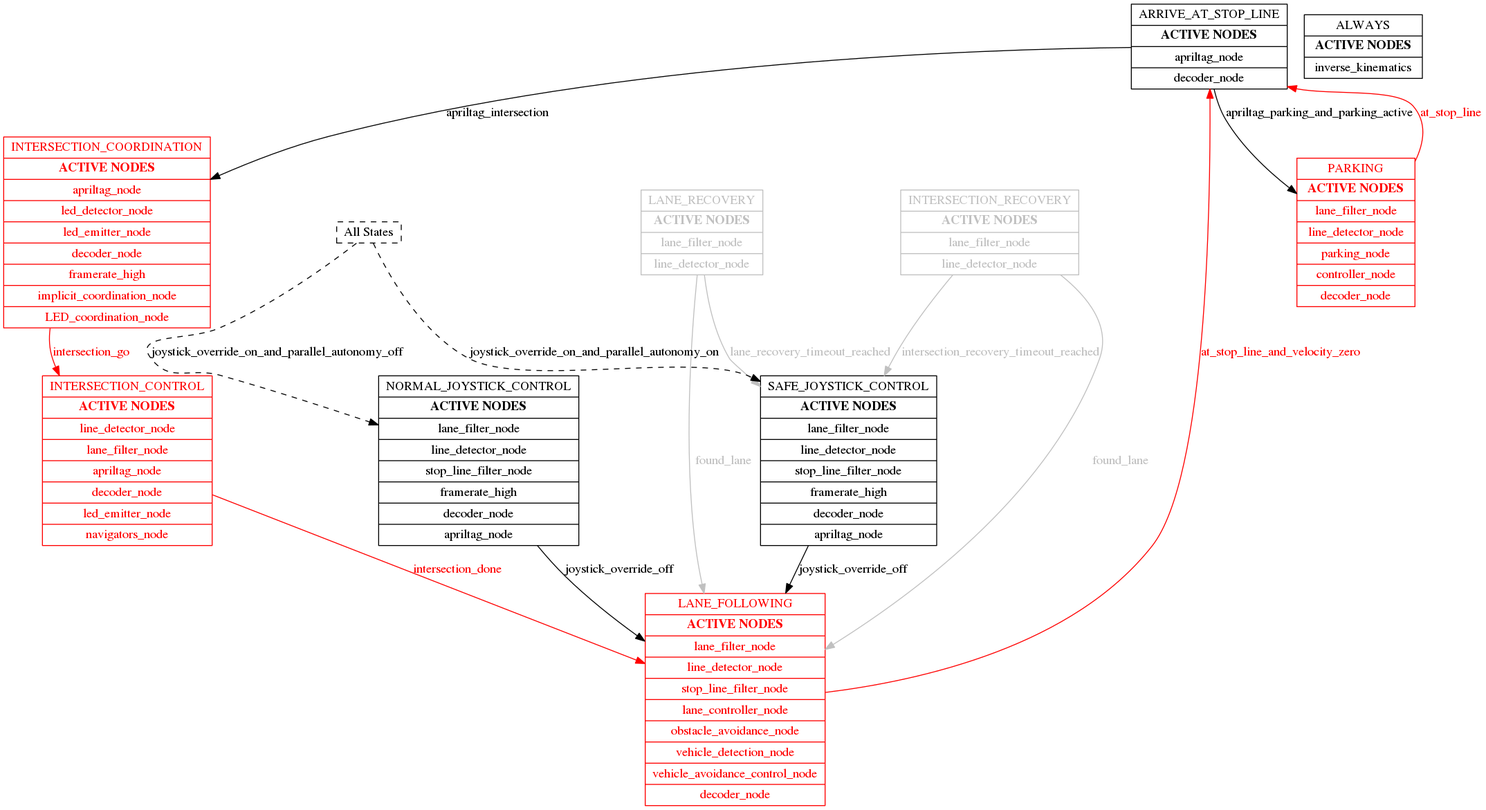
Earlier version of the Graphviz export catkin_ws/src/00-infrastructure/ros_diagram/fsm_default_detailed.png (spadma3/duck). Its source is kept beside it as catkin_ws/src/00-infrastructure/ros_diagram/fsm_default_detailed.dot.
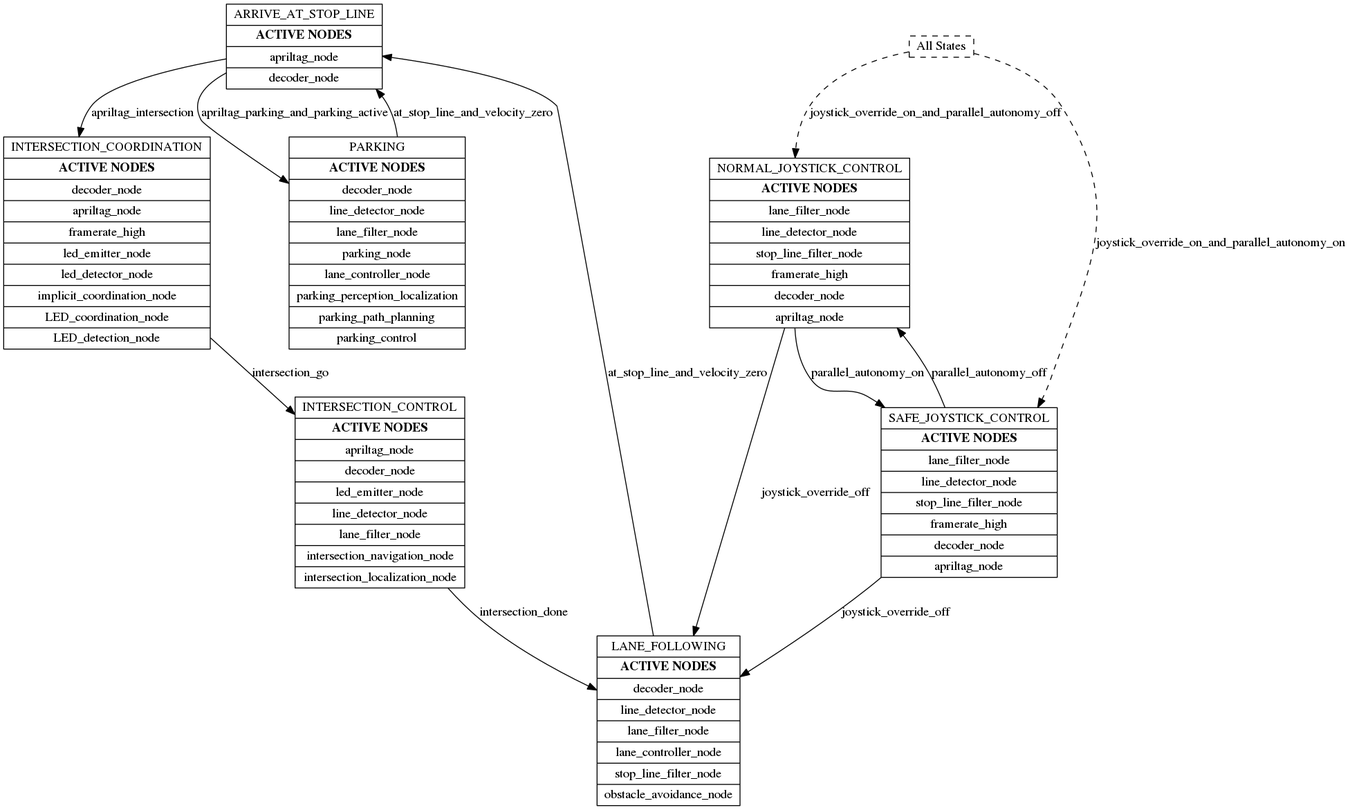
After the change.

Commit message:
Updated fsm diagrams

Diff of the diagram source:
```diff
@@ -1,27 +1,22 @@
 digraph {
 	node [height=.1 shape=record]
 	ARRIVE_AT_STOP_LINE [label=<{ ARRIVE_AT_STOP_LINE | <B> ACTIVE NODES </B> | apriltag_node | decoder_node }> color=black fontcolor=black]
-	INTERSECTION_CONTROL [label=<{ INTERSECTION_CONTROL | <B> ACTIVE NODES </B> | line_detector_node | lane_filter_node | apriltag_node | decoder_node | led_emitter_node | navigators_node }> color=red fontcolor=red]
-	INTERSECTION_COORDINATION [label=<{ INTERSECTION_COORDINATION | <B> ACTIVE NODES </B> | apriltag_node | led_detector_node | led_emitter_node | decoder_node | framerate_high | implicit_coordination_node | LED_coordination_node }> color=red fontcolor=red]
-	ALWAYS [label=<{ ALWAYS | <B> ACTIVE NODES </B> | inverse_kinematics }>]
+	INTERSECTION_CONTROL [label=<{ INTERSECTION_CONTROL | <B> ACTIVE NODES </B> | apriltag_node | decoder_node | led_emitter_node | line_detector_node | lane_filter_node | intersection_navigation_node | intersection_localization_node }> color=black fontcolor=black]
+	INTERSECTION_COORDINATION [label=<{ INTERSECTION_COORDINATION | <B> ACTIVE NODES </B> | decoder_node | apriltag_node | framerate_high | led_emitter_node | led_detector_node | implicit_coordination_node | LED_coordination_node | LED_detection_node }> color=black fontcolor=black]
 	NORMAL_JOYSTICK_CONTROL [label=<{ NORMAL_JOYSTICK_CONTROL | <B> ACTIVE NODES </B> | lane_filter_node | line_detector_node | stop_line_filter_node | framerate_high | decoder_node | apriltag_node }> color=black fontcolor=black]
+	PARKING [label=<{ PARKING | <B> ACTIVE NODES </B> | decoder_node | line_detector_node | lane_filter_node | parking_node | lane_controller_node | parking_perception_localization | parking_path_planning | parking_control }> color=black fontcolor=black]
+	LANE_FOLLOWING [label=<{ LANE_FOLLOWING | <B> ACTIVE NODES </B> | decoder_node | line_detector_node | lane_filter_node | lane_controller_node | stop_line_filter_node | obstacle_avoidance_node }> color=black fontcolor=black]
 	SAFE_JOYSTICK_CONTROL [label=<{ SAFE_JOYSTICK_CONTROL | <B> ACTIVE NODES </B> | lane_filter_node | line_detector_node | stop_line_filter_node | framerate_high | decoder_node | apriltag_node }> color=black fontcolor=black]
-	LANE_RECOVERY [label=<{ LANE_RECOVERY | <B> ACTIVE NODES </B> | lane_filter_node | line_detector_node }> color=gray fontcolor=gray]
-	INTERSECTION_RECOVERY [label=<{ INTERSECTION_RECOVERY | <B> ACTIVE NODES </B> | lane_filter_node | line_detector_node }> color=gray fontcolor=gray]
-	PARKING [label=<{ PARKING | <B> ACTIVE NODES </B> | lane_filter_node | line_detector_node | parking_node | controller_node | decoder_node }> color=red fontcolor=red]
-	LANE_FOLLOWING [label=<{ LANE_FOLLOWING | <B> ACTIVE NODES </B> | lane_filter_node | line_detector_node | stop_line_filter_node | lane_controller_node | obstacle_avoidance_node | vehicle_detection_node | vehicle_avoidance_control_node | decoder_node }> color=red fontcolor=red]
 	ARRIVE_AT_STOP_LINE -> PARKING [label=apriltag_parking_and_parking_active color=black fontcolor=black]
 	ARRIVE_AT_STOP_LINE -> INTERSECTION_COORDINATION [label=apriltag_intersection color=black fontcolor=black]
-	INTERSECTION_CONTROL -> LANE_FOLLOWING [label=intersection_done color=red fontcolor=red]
-	INTERSECTION_COORDINATION -> INTERSECTION_CONTROL [label=intersection_go color=red fontcolor=red]
+	INTERSECTION_CONTROL -> LANE_FOLLOWING [label=intersection_done color=black fontcolor=black]
+	INTERSECTION_COORDINATION -> INTERSECTION_CONTROL [label=intersection_go color=black fontcolor=black]
 	NORMAL_JOYSTICK_CONTROL -> LANE_FOLLOWING [label=joystick_override_off color=black fontcolor=black]
+	NORMAL_JOYSTICK_CONTROL -> SAFE_JOYSTICK_CONTROL [label=parallel_autonomy_on color=black fontcolor=black]
+	PARKING -> ARRIVE_AT_STOP_LINE [label=at_stop_line_and_velocity_zero color=black fontcolor=black]
+	LANE_FOLLOWING -> ARRIVE_AT_STOP_LINE [label=at_stop_line_and_velocity_zero color=black fontcolor=black]
+	SAFE_JOYSTICK_CONTROL -> NORMAL_JOYSTICK_CONTROL [label=parallel_autonomy_off color=black fontcolor=black]
 	SAFE_JOYSTICK_CONTROL -> LANE_FOLLOWING [label=joystick_override_off color=black fontcolor=black]
-	LANE_RECOVERY -> SAFE_JOYSTICK_CONTROL [label=lane_recovery_timeout_reached color=gray fontcolor=gray]
-	LANE_RECOVERY -> LANE_FOLLOWING [label=found_lane color=gray fontcolor=gray]
-	INTERSECTION_RECOVERY -> SAFE_JOYSTICK_CONTROL [label=intersection_recovery_timeout_reached color=gray fontcolor=gray]
-	INTERSECTION_RECOVERY -> LANE_FOLLOWING [label=found_lane color=gray fontcolor=gray]
-	PARKING -> ARRIVE_AT_STOP_LINE [label=at_stop_line color=red fontcolor=red]
-	LANE_FOLLOWING -> ARRIVE_AT_STOP_LINE [label=at_stop_line_and_velocity_zero color=red fontcolor=red]
 	ALL_STATES [label="All States" style=dashed]
 	ALL_STATES -> NORMAL_JOYSTICK_CONTROL [label=joystick_override_on_and_parallel_autonomy_off concentrate=false style=dashed]
 	ALL_STATES -> SAFE_JOYSTICK_CONTROL [label=joystick_override_on_and_parallel_autonomy_on concentrate=false style=dashed]
```
